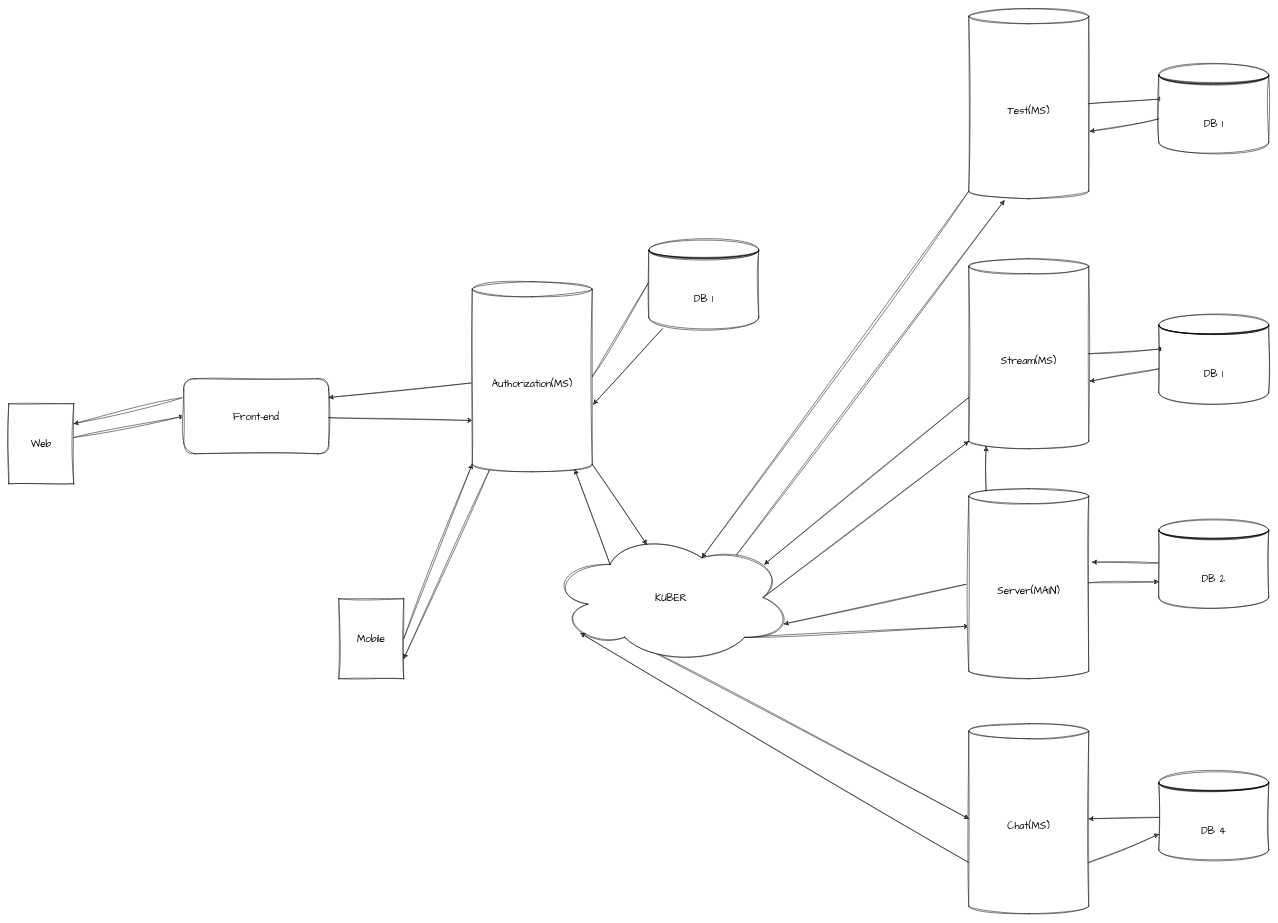
Above: Architecture/back.drawio in Ptrrch/UNN (draw.io), before the change. Source tidied: cells renumbered, new cells numbered last; positions are measured from the earlier drawing's top-left corner, leaving out a move shared by most shapes. Both pictures are drawn from the tidied source at 50%, with x=0, y=0 at pixel (8, 8).
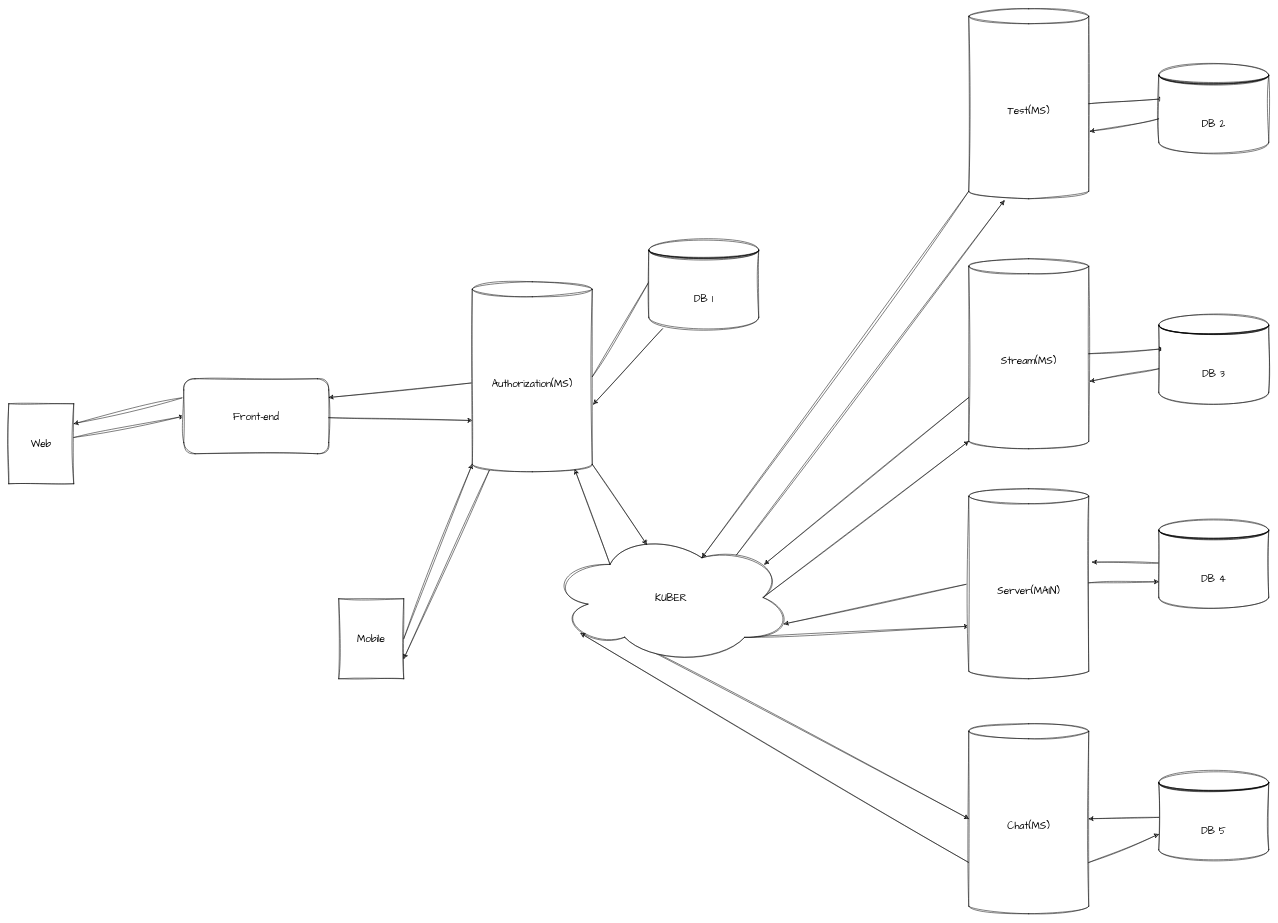
After the change.

Unchanged cells that the change refers to:
```xml
<mxCell id="15" value="Server(MAIN)" style="shape=cylinder3;whiteSpace=wrap;html=1;boundedLbl=1;backgroundOutline=1;size=15;sketch=1;hachureGap=4;jiggle=2;curveFitting=1;fontFamily=Architects Daughter;fontSize=20;" parent="1" vertex="1">
  <mxGeometry x="1920" y="960" width="240" height="380" as="geometry" />
</mxCell>
<mxCell id="18" value="Stream(MS)" style="shape=cylinder3;whiteSpace=wrap;html=1;boundedLbl=1;backgroundOutline=1;size=15;sketch=1;hachureGap=4;jiggle=2;curveFitting=1;fontFamily=Architects Daughter;fontSize=20;" parent="1" vertex="1">
  <mxGeometry x="1920" y="500" width="240" height="380" as="geometry" />
</mxCell>
```

Change to the diagram source:
```diff
@@
-    <mxCell id="7" style="edgeStyle=none;sketch=1;hachureGap=4;jiggle=2;curveFitting=1;html=1;exitX=0.145;exitY=0;exitDx=0;exitDy=4.35;exitPerimeter=0;fontFamily=Architects Daughter;fontSize=20;entryX=0.145;entryY=1;entryDx=0;entryDy=-4.35;entryPerimeter=0;" parent="1" edge="1" source="15" target="18">
-      <mxGeometry relative="1" as="geometry" />
-    </mxCell>
@@
-    <mxCell id="20" value="DB 1" style="shape=datastore;whiteSpace=wrap;html=1;sketch=1;hachureGap=4;jiggle=2;curveFitting=1;fontFamily=Architects Daughter;fontSize=20;" parent="1" vertex="1">
+    <mxCell id="20" value="DB 3" style="shape=datastore;whiteSpace=wrap;html=1;sketch=1;hachureGap=4;jiggle=2;curveFitting=1;fontFamily=Architects Daughter;fontSize=20;" parent="1" vertex="1">
       <mxGeometry x="2300" y="610" width="220" height="180" as="geometry" />
     </mxCell>
@@
-    <mxCell id="22" value="DB 2" style="shape=datastore;whiteSpace=wrap;html=1;sketch=1;hachureGap=4;jiggle=2;curveFitting=1;fontFamily=Architects Daughter;fontSize=20;" parent="1" vertex="1">
+    <mxCell id="22" value="DB 4" style="shape=datastore;whiteSpace=wrap;html=1;sketch=1;hachureGap=4;jiggle=2;curveFitting=1;fontFamily=Architects Daughter;fontSize=20;" parent="1" vertex="1">
       <mxGeometry x="2300" y="1020" width="220" height="180" as="geometry" />
     </mxCell>
@@
-    <mxCell id="30" value="DB 4" style="shape=datastore;whiteSpace=wrap;html=1;sketch=1;hachureGap=4;jiggle=2;curveFitting=1;fontFamily=Architects Daughter;fontSize=20;" parent="1" vertex="1">
+    <mxCell id="30" value="DB 5" style="shape=datastore;whiteSpace=wrap;html=1;sketch=1;hachureGap=4;jiggle=2;curveFitting=1;fontFamily=Architects Daughter;fontSize=20;" parent="1" vertex="1">
       <mxGeometry x="2300" y="1525" width="220" height="180" as="geometry" />
     </mxCell>
@@
-    <mxCell id="42" value="DB 1" style="shape=datastore;whiteSpace=wrap;html=1;sketch=1;hachureGap=4;jiggle=2;curveFitting=1;fontFamily=Architects Daughter;fontSize=20;" parent="1" vertex="1">
+    <mxCell id="42" value="DB 2" style="shape=datastore;whiteSpace=wrap;html=1;sketch=1;hachureGap=4;jiggle=2;curveFitting=1;fontFamily=Architects Daughter;fontSize=20;" parent="1" vertex="1">
       <mxGeometry x="2300" y="110" width="220" height="180" as="geometry" />
     </mxCell>
```
